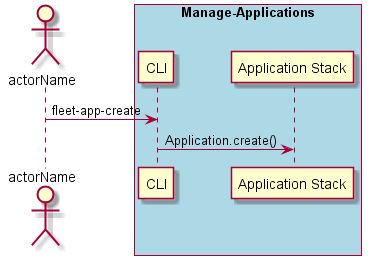
CAADE/fleet keeps this PlantUML diagram as docs/UseCases/Manage-Applications/Create-Application.png. Above is the earlier version. The source it was exported from:
```plantuml
@startuml
Actor "actorName" as A

box "Manage-Applications" #lightblue
participant "CLI" as S
A -> S : fleet-app-create
participant "Application Stack" as AS
S -> AS : Application.create()
end box

@enduml
```
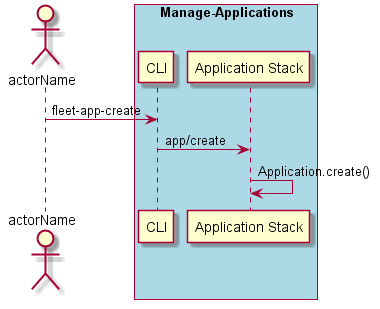
After the change.

Diff of the diagram source:
```diff
@@ -5,7 +5,8 @@
 participant "CLI" as S
 A -> S : fleet-app-create
 participant "Application Stack" as AS
-S -> AS : Application.create()
+S -> AS : app/create
+AS -> AS : Application.create()
 end box
 
 @enduml
```
